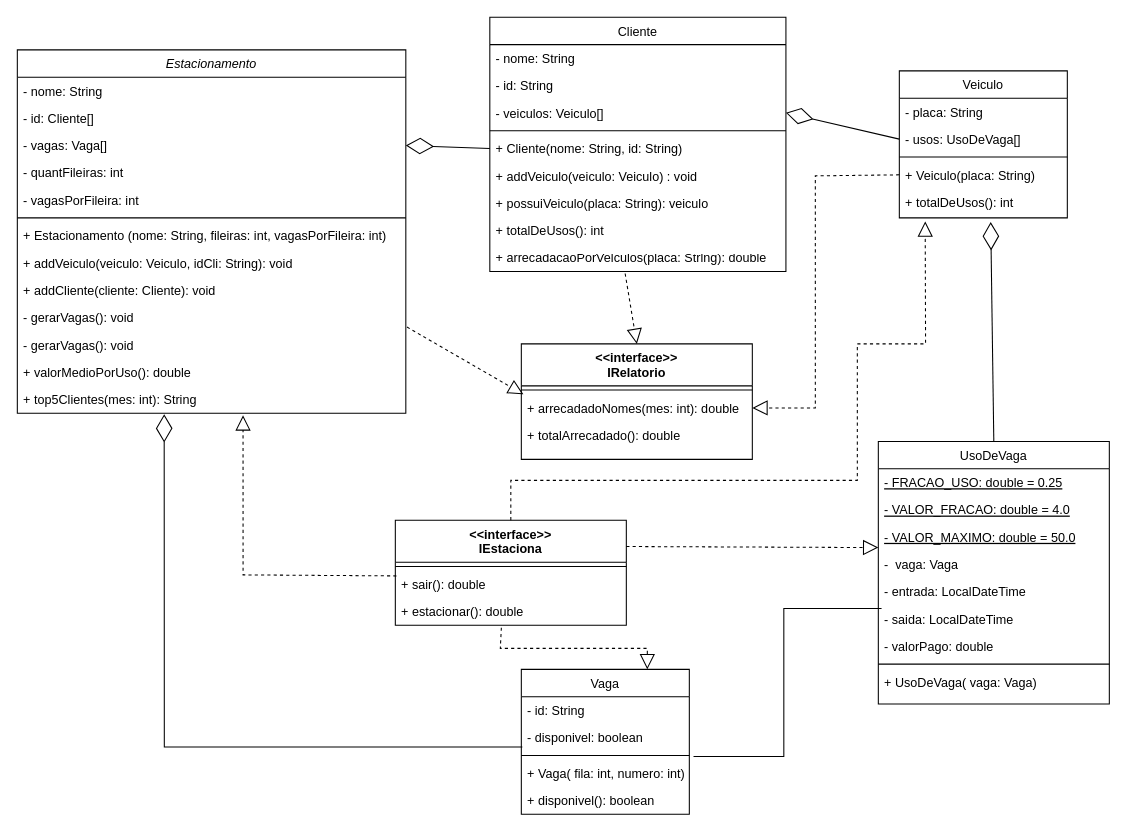
Earlier version of the draw.io diagram docs/diagramas/Diagrama UML.drawio (pucmg-aulas/projeto3-G2). Source tidied: cells renumbered, new cells numbered last; positions are measured from the earlier drawing's top-left corner, leaving out a move shared by most shapes. Both pictures are drawn from the tidied source at 105%, with x=0, y=0 at pixel (17, 17).
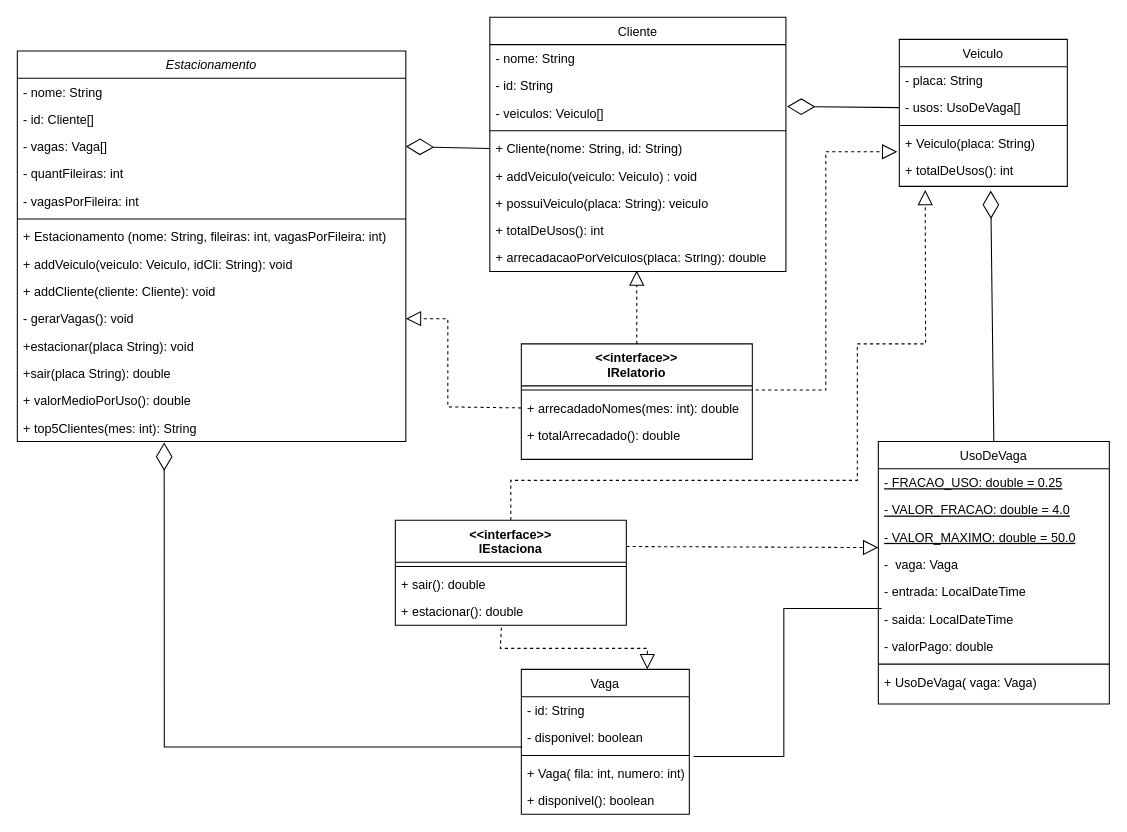
Above is the later version.

Commit message:
versão final do diagrama

The change refers to these unchanged cells:
```xml
<mxCell id="12" value="- gerarVagas(): void" style="text;align=left;verticalAlign=top;spacingLeft=4;spacingRight=4;overflow=hidden;points=[[0,0.5],[1,0.5]];portConstraint=eastwest;" parent="2" vertex="1">
  <mxGeometry y="242" width="370" height="26" as="geometry" />
</mxCell>
<mxCell id="25" value="- veiculos: Veiculo[]" style="text;align=left;verticalAlign=top;spacingLeft=4;spacingRight=4;overflow=hidden;points=[[0,0.5],[1,0.5]];portConstraint=eastwest;rounded=0;shadow=0;html=0;" parent="22" vertex="1">
  <mxGeometry y="78" width="282" height="26" as="geometry" />
</mxCell>
<mxCell id="31" value="+ arrecadacaoPorVeiculos(placa: String): double" style="text;align=left;verticalAlign=top;spacingLeft=4;spacingRight=4;overflow=hidden;points=[[0,0.5],[1,0.5]];portConstraint=eastwest;" parent="22" vertex="1">
  <mxGeometry y="216" width="282" height="26" as="geometry" />
</mxCell>
<mxCell id="34" value="- usos: UsoDeVaga[]" style="text;align=left;verticalAlign=top;spacingLeft=4;spacingRight=4;overflow=hidden;points=[[0,0.5],[1,0.5]];portConstraint=eastwest;rounded=0;shadow=0;html=0;" parent="32" vertex="1">
  <mxGeometry y="52" width="160" height="26" as="geometry" />
</mxCell>
<mxCell id="36" value="+ Veiculo(placa: String)" style="text;align=left;verticalAlign=top;spacingLeft=4;spacingRight=4;overflow=hidden;points=[[0,0.5],[1,0.5]];portConstraint=eastwest;" parent="32" vertex="1">
  <mxGeometry y="86" width="160" height="26" as="geometry" />
</mxCell>
<mxCell id="48" value="&lt;&lt;interface&gt;&gt;&#10;IRelatorio" style="swimlane;fontStyle=1;align=center;verticalAlign=top;horizontal=1;startSize=40;rounded=0;shadow=0;strokeWidth=1;" parent="1" vertex="1">
  <mxGeometry x="480" y="311" width="220" height="110" as="geometry" />
</mxCell>
<mxCell id="50" value="+ arrecadadoNomes(mes: int): double" style="text;align=left;verticalAlign=top;spacingLeft=4;spacingRight=4;overflow=hidden;points=[[0,0.5],[1,0.5]];portConstraint=eastwest;" parent="48" vertex="1">
  <mxGeometry y="48" width="220" height="26" as="geometry" />
</mxCell>
<mxCell id="54" value="+ sair(): double" style="text;align=left;verticalAlign=top;spacingLeft=4;spacingRight=4;overflow=hidden;points=[[0,0.5],[1,0.5]];portConstraint=eastwest;" parent="52" vertex="1">
  <mxGeometry y="48" width="220" height="26" as="geometry" />
</mxCell>
```

Change to the diagram source:
```diff
@@
     <mxCell id="2" value="Estacionamento" style="swimlane;fontStyle=2;align=center;verticalAlign=top;horizontal=1;startSize=26;rounded=0;shadow=0;strokeWidth=1;" parent="1" vertex="1">
-      <mxGeometry y="31" width="370" height="346" as="geometry" />
+      <mxGeometry y="32" width="370" height="372" as="geometry" />
     </mxCell>
@@
-    <mxCell id="13" value="- gerarVagas(): void" style="text;align=left;verticalAlign=top;spacingLeft=4;spacingRight=4;overflow=hidden;" parent="2" vertex="1">
+    <mxCell id="13" value="+estacionar(placa String): void" style="text;align=left;verticalAlign=top;spacingLeft=4;spacingRight=4;overflow=hidden;" parent="2" vertex="1">
       <mxGeometry y="268" width="370" height="26" as="geometry" />
     </mxCell>
+    <mxCell id="68" value="+sair(placa String): double" style="text;align=left;verticalAlign=top;spacingLeft=4;spacingRight=4;overflow=hidden;" parent="2" vertex="1">
+      <mxGeometry y="294" width="370" height="26" as="geometry" />
+    </mxCell>
     <mxCell id="14" value="+ valorMedioPorUso(): double" style="text;align=left;verticalAlign=top;spacingLeft=4;spacingRight=4;overflow=hidden;" parent="2" vertex="1">
-      <mxGeometry y="294" width="370" height="26" as="geometry" />
+      <mxGeometry y="320" width="370" height="26" as="geometry" />
     </mxCell>
     <mxCell id="15" value="+ top5Clientes(mes: int): String" style="text;align=left;verticalAlign=top;spacingLeft=4;spacingRight=4;overflow=hidden;points=[[0,0.5],[1,0.5]];portConstraint=eastwest;" parent="2" vertex="1">
-      <mxGeometry y="320" width="370" height="26" as="geometry" />
+      <mxGeometry y="346" width="370" height="26" as="geometry" />
     </mxCell>
@@
     <mxCell id="32" value="Veiculo" style="swimlane;fontStyle=0;align=center;verticalAlign=top;horizontal=1;startSize=26;rounded=0;shadow=0;strokeWidth=1;" parent="1" vertex="1">
-      <mxGeometry x="840" y="51" width="160" height="140" as="geometry" />
+      <mxGeometry x="840" y="21" width="160" height="140" as="geometry" />
     </mxCell>
@@
-    <mxCell id="57" style="endArrow=diamondThin;endFill=0;endSize=24;html=1;rounded=0;entryX=1;entryY=0.5;entryDx=0;entryDy=0;exitX=0;exitY=0.5;exitDx=0;exitDy=0;" parent="1" edge="1" source="34" target="25">
+    <mxCell id="57" style="endArrow=diamondThin;endFill=0;endSize=24;html=1;rounded=0;entryX=1.004;entryY=0.269;entryDx=0;entryDy=0;exitX=0;exitY=0.5;exitDx=0;exitDy=0;entryPerimeter=0;" parent="1" edge="1" source="34" target="25">
       <mxGeometry relative="1" as="geometry" />
     </mxCell>
@@
-    <mxCell id="61" style="endArrow=block;dashed=1;endFill=0;endSize=12;html=1;rounded=0;exitX=0.457;exitY=1.077;exitDx=0;exitDy=0;exitPerimeter=0;entryX=0.5;entryY=0;entryDx=0;entryDy=0;" parent="1" edge="1" source="31" target="48">
+    <mxCell id="61" style="endArrow=block;dashed=1;endFill=0;endSize=12;html=1;rounded=0;exitX=0.5;exitY=0;exitDx=0;exitDy=0;entryX=0.496;entryY=0.962;entryDx=0;entryDy=0;entryPerimeter=0;" parent="1" edge="1" source="48" target="31">
       <mxGeometry relative="1" as="geometry" />
     </mxCell>
-    <mxCell id="62" style="endArrow=block;dashed=1;endFill=0;endSize=12;html=1;rounded=0;exitX=1.003;exitY=0.846;exitDx=0;exitDy=0;entryX=0.009;entryY=0;entryDx=0;entryDy=0;entryPerimeter=0;exitPerimeter=0;" parent="1" edge="1" source="12" target="50">
-      <mxGeometry relative="1" as="geometry" />
-    </mxCell>
-    <mxCell id="63" style="endArrow=block;dashed=1;endFill=0;endSize=12;html=1;rounded=0;entryX=1;entryY=0.5;entryDx=0;entryDy=0;exitX=0;exitY=0.5;exitDx=0;exitDy=0;" parent="1" edge="1" source="36" target="50">
-      <mxGeometry relative="1" as="geometry">
-        <Array as="points">
-          <mxPoint x="760" y="151" />
-          <mxPoint x="760" y="372" />
-        </Array>
-      </mxGeometry>
-    </mxCell>
-    <mxCell id="64" style="endArrow=block;dashed=1;endFill=0;endSize=12;html=1;rounded=0;entryX=0.581;entryY=1.077;entryDx=0;entryDy=0;entryPerimeter=0;exitX=0.005;exitY=0.192;exitDx=0;exitDy=0;exitPerimeter=0;" parent="1" edge="1" source="54" target="15">
-      <mxGeometry relative="1" as="geometry">
-        <Array as="points">
-          <mxPoint x="215" y="531" />
-        </Array>
-      </mxGeometry>
-    </mxCell>
@@
+    <mxCell id="62" style="endArrow=block;dashed=1;endFill=0;endSize=12;html=1;rounded=0;exitX=0;exitY=0.5;exitDx=0;exitDy=0;entryX=1;entryY=0.5;entryDx=0;entryDy=0;" parent="1" edge="1" source="50" target="12">
+      <mxGeometry relative="1" as="geometry">
+        <Array as="points">
+          <mxPoint x="410" y="371" />
+          <mxPoint x="410" y="287" />
+        </Array>
+      </mxGeometry>
+    </mxCell>
+    <mxCell id="63" style="endArrow=block;dashed=1;endFill=0;endSize=12;html=1;rounded=0;exitX=1.014;exitY=0.4;exitDx=0;exitDy=0;exitPerimeter=0;entryX=-0.012;entryY=0.808;entryDx=0;entryDy=0;entryPerimeter=0;" parent="1" edge="1" source="48" target="36">
+      <mxGeometry relative="1" as="geometry">
+        <Array as="points">
+          <mxPoint x="770" y="355" />
+          <mxPoint x="770" y="128" />
+        </Array>
+      </mxGeometry>
+    </mxCell>
```
